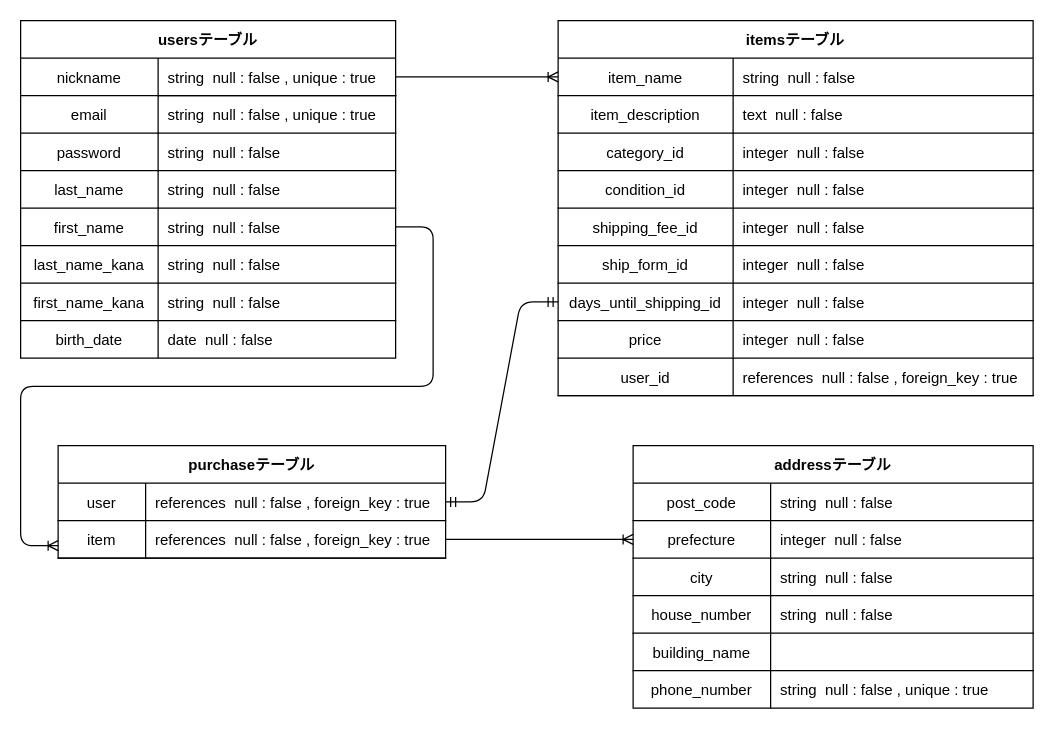
Above: furima-31133.dio in ka91uver/furima-31133 (draw.io), before the change. Source tidied: cells renumbered, new cells numbered last; positions are measured from the earlier drawing's top-left corner, leaving out a move shared by most shapes. Both pictures are drawn from the tidied source at 125%, with x=0, y=0 at pixel (20, 20).
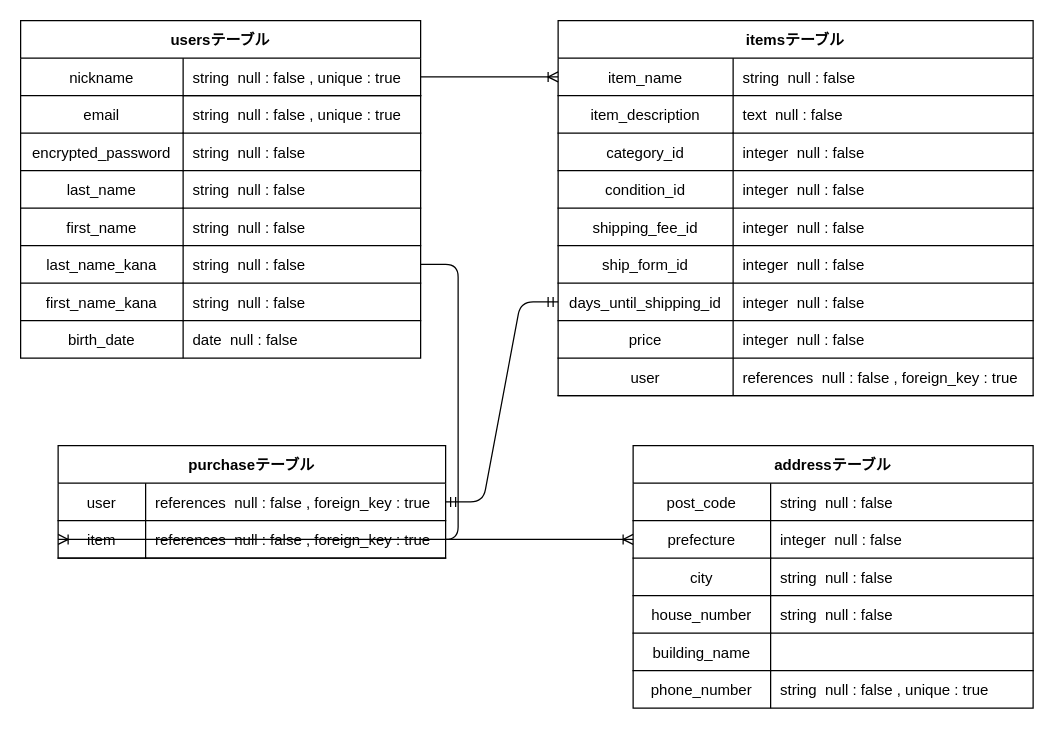
The same diagram, later.

Commit message (it also covers changes not shown here):
DB-ER図の修正4(encrypted変更)

devise gemを用いる時に、デフォルトで生成されるカラム

Unchanged cells that the change refers to:
```xml
<mxCell id="56" style="shape=partialRectangle;fillColor=none;top=0;left=0;bottom=1;right=0;" parent="31" vertex="1">
  <mxGeometry y="270" width="380" height="30" as="geometry" />
</mxCell>
<mxCell id="63" style="shape=partialRectangle;fillColor=none;top=0;left=0;bottom=0;right=0;points=[[0,0.5],[1,0.5]];portConstraint=eastwest;" parent="59" vertex="1">
  <mxGeometry y="60" width="310" height="30" as="geometry" />
</mxCell>
```

Change to the diagram source:
```diff
@@
-    <mxCell id="3" style="edgeStyle=entityRelationEdgeStyle;fontSize=12;html=1;endArrow=ERoneToMany;exitX=1;exitY=0.5;exitDx=0;exitDy=0;rounded=1;jumpStyle=none;endFill=0;" parent="1" edge="1" source="19">
-      <mxGeometry relative="1" as="geometry">
-        <mxPoint x="30" y="420" as="targetPoint" />
-      </mxGeometry>
-    </mxCell>
@@
     <mxCell id="6" value="usersテーブル" style="shape=table;startSize=30;childLayout=tableLayout;rowLines=0;fontStyle=1;align=center;fillColor=none;" parent="1" vertex="1">
-      <mxGeometry width="300" height="270" as="geometry" />
+      <mxGeometry width="320" height="270" as="geometry" />
     </mxCell>
     <mxCell id="7" style="shape=partialRectangle;fillColor=none;top=0;left=0;bottom=1;right=0;points=[[0,0.5],[1,0.5]];portConstraint=eastwest;" parent="6" vertex="1">
-      <mxGeometry y="30" width="300" height="30" as="geometry" />
+      <mxGeometry y="30" width="320" height="30" as="geometry" />
     </mxCell>
     <mxCell id="8" value="nickname" style="shape=partialRectangle;fillColor=none;top=0;left=0;bottom=0;right=0;fontStyle=0;overflow=hidden;" parent="7" vertex="1">
-      <mxGeometry width="110" height="30" as="geometry" />
+      <mxGeometry width="130" height="30" as="geometry" />
     </mxCell>
     <mxCell id="9" value="string  null : false , unique : true" style="shape=partialRectangle;fillColor=none;top=0;left=0;bottom=1;right=0;align=left;spacingLeft=6;fontStyle=0;overflow=hidden;" parent="7" vertex="1">
-      <mxGeometry x="110" width="190" height="30" as="geometry" />
+      <mxGeometry x="130" width="190" height="30" as="geometry" />
     </mxCell>
     <mxCell id="10" style="shape=partialRectangle;fillColor=none;top=0;left=0;bottom=0;right=0;" parent="6" vertex="1">
-      <mxGeometry y="60" width="300" height="30" as="geometry" />
+      <mxGeometry y="60" width="320" height="30" as="geometry" />
     </mxCell>
     <mxCell id="11" value="email" style="shape=partialRectangle;fillColor=none;top=0;left=0;bottom=1;right=0;overflow=hidden;" parent="10" vertex="1">
-      <mxGeometry width="110" height="30" as="geometry" />
+      <mxGeometry width="130" height="30" as="geometry" />
     </mxCell>
     <mxCell id="12" value="string  null : false , unique : true" style="shape=partialRectangle;fillColor=none;top=0;left=0;bottom=1;right=0;align=left;spacingLeft=6;overflow=hidden;" parent="10" vertex="1">
-      <mxGeometry x="110" width="190" height="30" as="geometry" />
+      <mxGeometry x="130" width="190" height="30" as="geometry" />
     </mxCell>
     <mxCell id="13" style="shape=partialRectangle;fillColor=none;top=0;left=0;bottom=0;right=0;" parent="6" vertex="1">
-      <mxGeometry y="90" width="300" height="30" as="geometry" />
+      <mxGeometry y="90" width="320" height="30" as="geometry" />
     </mxCell>
-    <mxCell id="14" value="password" style="shape=partialRectangle;fillColor=none;top=0;left=0;bottom=1;right=0;overflow=hidden;" parent="13" vertex="1">
-      <mxGeometry width="110" height="30" as="geometry" />
+    <mxCell id="14" value="encrypted_password" style="shape=partialRectangle;fillColor=none;top=0;left=0;bottom=1;right=0;overflow=hidden;" parent="13" vertex="1">
+      <mxGeometry width="130" height="30" as="geometry" />
     </mxCell>
     <mxCell id="15" value="string  null : false" style="shape=partialRectangle;fillColor=none;top=0;left=0;bottom=1;right=0;align=left;spacingLeft=6;overflow=hidden;" parent="13" vertex="1">
-      <mxGeometry x="110" width="190" height="30" as="geometry" />
+      <mxGeometry x="130" width="190" height="30" as="geometry" />
     </mxCell>
     <mxCell id="16" style="shape=partialRectangle;fillColor=none;top=0;left=0;bottom=0;right=0;" parent="6" vertex="1">
-      <mxGeometry y="120" width="300" height="30" as="geometry" />
+      <mxGeometry y="120" width="320" height="30" as="geometry" />
     </mxCell>
     <mxCell id="17" value="last_name" style="shape=partialRectangle;fillColor=none;top=0;left=0;bottom=1;right=0;overflow=hidden;" parent="16" vertex="1">
-      <mxGeometry width="110" height="30" as="geometry" />
+      <mxGeometry width="130" height="30" as="geometry" />
     </mxCell>
     <mxCell id="18" value="string  null : false" style="shape=partialRectangle;fillColor=none;top=0;left=0;bottom=1;right=0;align=left;spacingLeft=6;overflow=hidden;" parent="16" vertex="1">
-      <mxGeometry x="110" width="190" height="30" as="geometry" />
+      <mxGeometry x="130" width="190" height="30" as="geometry" />
     </mxCell>
     <mxCell id="19" style="shape=partialRectangle;fillColor=none;top=0;left=0;bottom=0;right=0;points=[[0,0.5],[1,0.5]];portConstraint=eastwest;" parent="6" vertex="1">
-      <mxGeometry y="150" width="300" height="30" as="geometry" />
+      <mxGeometry y="150" width="320" height="30" as="geometry" />
     </mxCell>
     <mxCell id="20" value="first_name" style="shape=partialRectangle;fillColor=none;top=0;left=0;bottom=1;right=0;overflow=hidden;" parent="19" vertex="1">
-      <mxGeometry width="110" height="30" as="geometry" />
+      <mxGeometry width="130" height="30" as="geometry" />
     </mxCell>
     <mxCell id="21" value="string  null : false" style="shape=partialRectangle;fillColor=none;top=0;left=0;bottom=1;right=0;align=left;spacingLeft=6;overflow=hidden;" parent="19" vertex="1">
-      <mxGeometry x="110" width="190" height="30" as="geometry" />
+      <mxGeometry x="130" width="190" height="30" as="geometry" />
     </mxCell>
     <mxCell id="22" style="shape=partialRectangle;fillColor=none;top=0;left=0;bottom=0;right=0;" parent="6" vertex="1">
-      <mxGeometry y="180" width="300" height="30" as="geometry" />
+      <mxGeometry y="180" width="320" height="30" as="geometry" />
     </mxCell>
     <mxCell id="23" value="last_name_kana" style="shape=partialRectangle;fillColor=none;top=0;left=0;bottom=1;right=0;overflow=hidden;" parent="22" vertex="1">
-      <mxGeometry width="110" height="30" as="geometry" />
+      <mxGeometry width="130" height="30" as="geometry" />
     </mxCell>
     <mxCell id="24" value="string  null : false" style="shape=partialRectangle;fillColor=none;top=0;left=0;bottom=1;right=0;align=left;spacingLeft=6;overflow=hidden;" parent="22" vertex="1">
-      <mxGeometry x="110" width="190" height="30" as="geometry" />
+      <mxGeometry x="130" width="190" height="30" as="geometry" />
     </mxCell>
     <mxCell id="25" style="shape=partialRectangle;fillColor=none;top=0;left=0;bottom=0;right=0;" parent="6" vertex="1">
-      <mxGeometry y="210" width="300" height="30" as="geometry" />
+      <mxGeometry y="210" width="320" height="30" as="geometry" />
     </mxCell>
     <mxCell id="26" value="first_name_kana" style="shape=partialRectangle;fillColor=none;top=0;left=0;bottom=1;right=0;overflow=hidden;" parent="25" vertex="1">
-      <mxGeometry width="110" height="30" as="geometry" />
+      <mxGeometry width="130" height="30" as="geometry" />
     </mxCell>
     <mxCell id="27" value="string  null : false" style="shape=partialRectangle;fillColor=none;top=0;left=0;bottom=1;right=0;align=left;spacingLeft=6;overflow=hidden;" parent="25" vertex="1">
-      <mxGeometry x="110" width="190" height="30" as="geometry" />
+      <mxGeometry x="130" width="190" height="30" as="geometry" />
     </mxCell>
     <mxCell id="28" style="shape=partialRectangle;fillColor=none;top=0;left=0;bottom=0;right=0;" parent="6" vertex="1">
-      <mxGeometry y="240" width="300" height="30" as="geometry" />
+      <mxGeometry y="240" width="320" height="30" as="geometry" />
     </mxCell>
     <mxCell id="29" value="birth_date" style="shape=partialRectangle;fillColor=none;top=0;left=0;bottom=0;right=0;overflow=hidden;" parent="28" vertex="1">
-      <mxGeometry width="110" height="30" as="geometry" />
+      <mxGeometry width="130" height="30" as="geometry" />
     </mxCell>
     <mxCell id="30" value="date  null : false" style="shape=partialRectangle;fillColor=none;top=0;left=0;bottom=0;right=0;align=left;spacingLeft=6;overflow=hidden;" parent="28" vertex="1">
-      <mxGeometry x="110" width="190" height="30" as="geometry" />
+      <mxGeometry x="130" width="190" height="30" as="geometry" />
     </mxCell>
@@
-    <mxCell id="57" value="user_id" style="shape=partialRectangle;fillColor=none;top=0;left=0;bottom=0;right=0;overflow=hidden;" parent="56" vertex="1">
+    <mxCell id="57" value="user" style="shape=partialRectangle;fillColor=none;top=0;left=0;bottom=0;right=0;overflow=hidden;" parent="56" vertex="1">
       <mxGeometry width="140" height="30" as="geometry" />
     </mxCell>
@@
+    <mxCell id="85" style="edgeStyle=entityRelationEdgeStyle;fontSize=12;html=1;endArrow=ERoneToMany;entryX=0;entryY=0.5;entryDx=0;entryDy=0;" parent="1" edge="1" target="63">
+      <mxGeometry relative="1" as="geometry">
+        <mxPoint x="320" y="195" as="sourcePoint" />
+      </mxGeometry>
+    </mxCell>
```
